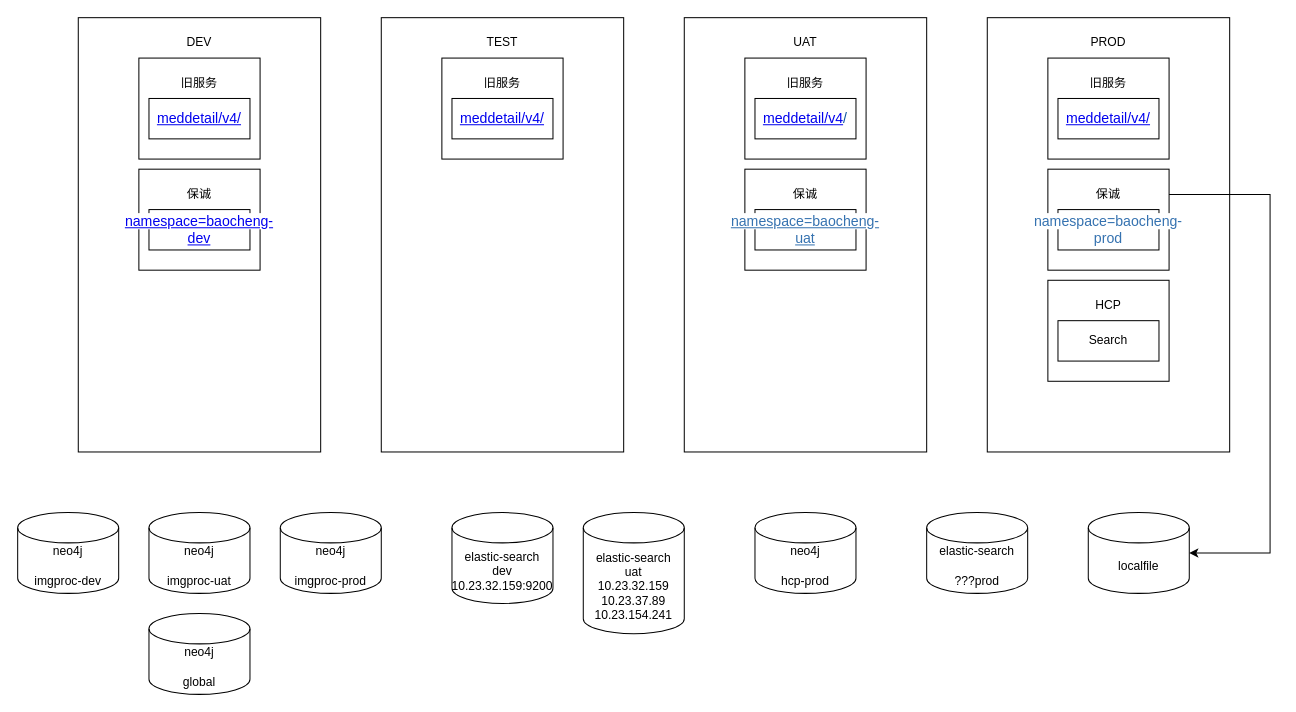
Above: 对码/对码部署环境文档.drawio in XiaoLiuAI/diagrams (draw.io), before the change. Source tidied: cells renumbered, new cells numbered last; positions are measured from the earlier drawing's top-left corner, leaving out a move shared by most shapes. Both pictures are drawn from the tidied source at 101%, with x=0, y=0 at pixel (17, 17).
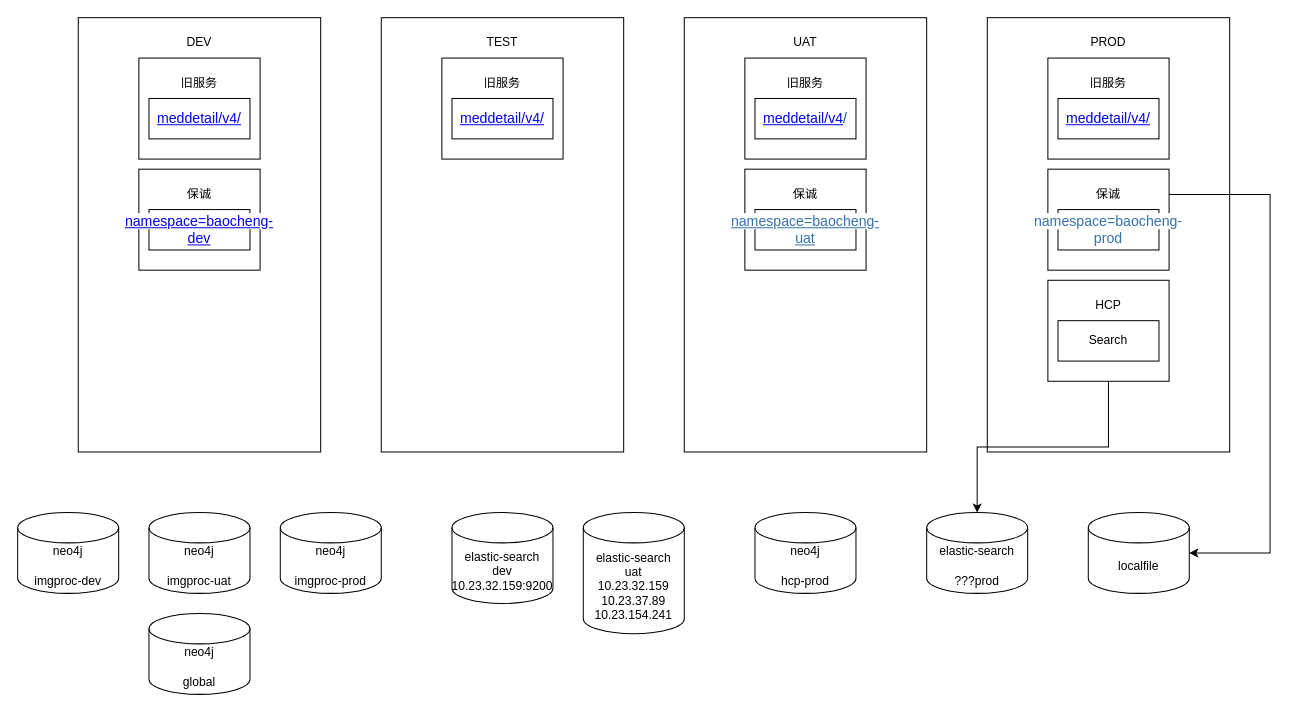
The same page after the edit.

Commit message:
更新对码部署环境文档.drawio

Unchanged cells that the change refers to:
```xml
<mxCell id="5" value="elastic-search&lt;br&gt;&lt;br&gt;???prod" style="shape=cylinder3;whiteSpace=wrap;html=1;boundedLbl=1;backgroundOutline=1;size=15;" parent="1" vertex="1">
  <mxGeometry x="900" y="490" width="100" height="80" as="geometry" />
</mxCell>
<mxCell id="14" style="rounded=0;whiteSpace=wrap;html=1;" parent="1" vertex="1">
  <mxGeometry x="1020" y="260" width="120" height="100" as="geometry" />
</mxCell>
```

Change to the diagram source:
```diff
@@
+    <mxCell id="44" style="edgeStyle=elbowEdgeStyle;elbow=vertical;endArrow=classic;html=1;rounded=0;exitX=0.5;exitY=1;exitDx=0;exitDy=0;entryX=0.5;entryY=0;entryDx=0;entryDy=0;entryPerimeter=0;" parent="1" edge="1" source="14" target="5">
+      <mxGeometry relative="1" as="geometry" />
+    </mxCell>
```
